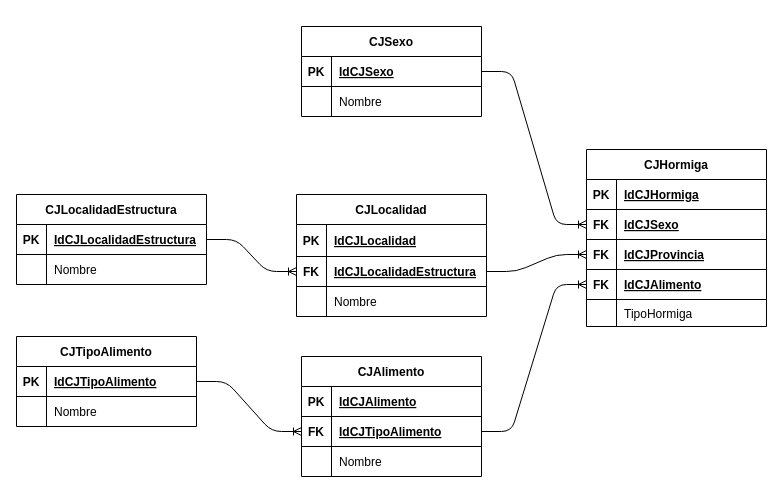
Earlier version of the draw.io diagram Design/DiagramaMER.dio (Jonathanfcg18/CJEcuaFauna2K24A). Source tidied: cells renumbered, new cells numbered last; positions are measured from the earlier drawing's top-left corner, leaving out a move shared by most shapes. Both pictures are drawn from the tidied source at 100%, with x=0, y=0 at pixel (16, 26).
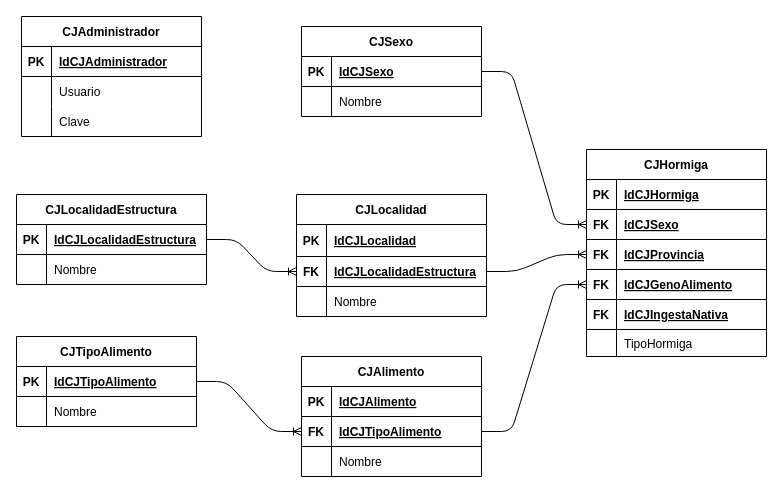
The same page after the edit.

The change refers to these unchanged cells:
```xml
<mxCell id="12" style="shape=tableRow;horizontal=0;startSize=0;swimlaneHead=0;swimlaneBody=0;fillColor=none;points=[[0,0.5],[1,0.5]];portConstraint=eastwest;top=0;left=0;right=0;bottom=1;" parent="2" vertex="1">
  <mxGeometry y="120" width="180" height="30" as="geometry" />
</mxCell>
```

What changed in the source:
```diff
@@
     <mxCell id="2" value="CJHormiga" style="shape=table;startSize=30;childLayout=tableLayout;rowLines=0;fontStyle=1;align=center;" parent="1" vertex="1">
-      <mxGeometry x="570" y="123" width="180" height="177" as="geometry" />
+      <mxGeometry x="570" y="123" width="180" height="207" as="geometry" />
     </mxCell>
@@
-    <mxCell id="14" value="IdCJAlimento" style="shape=partialRectangle;fillColor=none;top=0;left=0;bottom=0;right=0;align=left;spacingLeft=6;fontStyle=5;overflow=hidden;" parent="12" vertex="1">
+    <mxCell id="14" value="IdCJGenoAlimento" style="shape=partialRectangle;fillColor=none;top=0;left=0;bottom=0;right=0;align=left;spacingLeft=6;fontStyle=5;overflow=hidden;" parent="12" vertex="1">
       <mxGeometry x="30" width="150" height="30" as="geometry" />
     </mxCell>
+    <mxCell id="64" style="shape=tableRow;horizontal=0;startSize=0;swimlaneHead=0;swimlaneBody=0;fillColor=none;top=0;left=0;right=0;bottom=1;" parent="2" vertex="1">
+      <mxGeometry y="150" width="180" height="30" as="geometry" />
+    </mxCell>
+    <mxCell id="65" value="FK" style="shape=partialRectangle;fillColor=none;top=0;left=0;bottom=0;right=0;fontStyle=1;overflow=hidden;" parent="64" vertex="1">
+      <mxGeometry width="30" height="30" as="geometry" />
+    </mxCell>
+    <mxCell id="66" value="IdCJIngestaNativa" style="shape=partialRectangle;fillColor=none;top=0;left=0;bottom=0;right=0;align=left;spacingLeft=6;fontStyle=5;overflow=hidden;" parent="64" vertex="1">
+      <mxGeometry x="30" width="150" height="30" as="geometry" />
+    </mxCell>
     <mxCell id="15" style="shape=tableRow;horizontal=0;startSize=0;swimlaneHead=0;swimlaneBody=0;fillColor=none;top=0;left=0;right=0;bottom=0;" parent="2" vertex="1">
-      <mxGeometry y="150" width="180" height="27" as="geometry" />
+      <mxGeometry y="180" width="180" height="27" as="geometry" />
     </mxCell>
@@
+    <mxCell id="67" value="CJAdministrador" style="shape=table;startSize=30;childLayout=tableLayout;rowLines=0;fontStyle=1;align=center;" parent="1" vertex="1">
+      <mxGeometry x="5" y="-10" width="180" height="120" as="geometry" />
+    </mxCell>
+    <mxCell id="68" style="shape=tableRow;horizontal=0;startSize=0;swimlaneHead=0;swimlaneBody=0;fillColor=none;top=0;left=0;right=0;bottom=1;" parent="67" vertex="1">
+      <mxGeometry y="30" width="180" height="30" as="geometry" />
+    </mxCell>
+    <mxCell id="69" value="PK" style="shape=partialRectangle;fillColor=none;top=0;left=0;bottom=0;right=0;fontStyle=1;overflow=hidden;" parent="68" vertex="1">
+      <mxGeometry width="30" height="30" as="geometry" />
+    </mxCell>
+    <mxCell id="70" value="IdCJAdministrador" style="shape=partialRectangle;fillColor=none;top=0;left=0;bottom=0;right=0;align=left;spacingLeft=6;fontStyle=5;overflow=hidden;" parent="68" vertex="1">
+      <mxGeometry x="30" width="150" height="30" as="geometry" />
+    </mxCell>
+    <mxCell id="71" style="shape=tableRow;horizontal=0;startSize=0;swimlaneHead=0;swimlaneBody=0;fillColor=none;top=0;left=0;right=0;bottom=0;" parent="67" vertex="1">
+      <mxGeometry y="60" width="180" height="30" as="geometry" />
+    </mxCell>
+    <mxCell id="72" style="shape=partialRectangle;fillColor=none;top=0;left=0;bottom=0;right=0;overflow=hidden;" parent="71" vertex="1">
+      <mxGeometry width="30" height="30" as="geometry" />
+    </mxCell>
+    <mxCell id="73" value="Usuario" style="shape=partialRectangle;fillColor=none;top=0;left=0;bottom=0;right=0;align=left;spacingLeft=6;overflow=hidden;" parent="71" vertex="1">
+      <mxGeometry x="30" width="150" height="30" as="geometry" />
+    </mxCell>
+    <mxCell id="74" style="shape=tableRow;horizontal=0;startSize=0;swimlaneHead=0;swimlaneBody=0;fillColor=none;top=0;left=0;right=0;bottom=0;" parent="67" vertex="1">
+      <mxGeometry y="90" width="180" height="30" as="geometry" />
+    </mxCell>
+    <mxCell id="75" style="shape=partialRectangle;fillColor=none;top=0;left=0;bottom=0;right=0;overflow=hidden;" parent="74" vertex="1">
+      <mxGeometry width="30" height="30" as="geometry" />
+    </mxCell>
+    <mxCell id="76" value="Clave" style="shape=partialRectangle;fillColor=none;top=0;left=0;bottom=0;right=0;align=left;spacingLeft=6;overflow=hidden;" parent="74" vertex="1">
+      <mxGeometry x="30" width="150" height="30" as="geometry" />
+    </mxCell>
```
